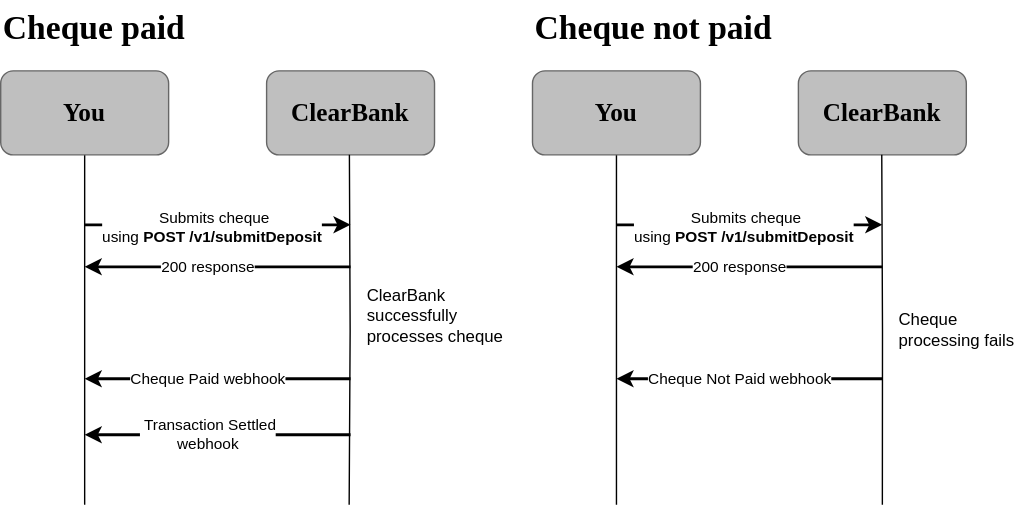
Above: static/assets/images/cheque_endpoint.svg in clearbank/clearbank.github.io (draw.io), before the change. Source tidied: cells renumbered, new cells last; positions are measured from the earlier drawing's top-left corner, leaving out a move shared by most shapes. Source of this version:
```xml
<mxGraphModel>
  <root>
    <mxCell id="0" />
    <mxCell id="1" parent="0" />
    <mxCell id="2" style="edgeStyle=orthogonalEdgeStyle;rounded=0;jettySize=auto;html=1;endArrow=none;endFill=0;" parent="1" edge="1" source="3">
      <mxGeometry relative="1" as="geometry">
        <mxPoint x="60" y="360" as="targetPoint" />
      </mxGeometry>
    </mxCell>
    <mxCell id="3" value="You" style="rounded=1;whiteSpace=wrap;html=1;strokeColor=#666666;fillColor=#BFBFBF;gradientColor=none;fontFamily=Clear Sans Display;fontStyle=1;fontSize=18;" parent="1" vertex="1">
      <mxGeometry y="50" width="120" height="60" as="geometry" />
    </mxCell>
    <mxCell id="4" value="ClearBank" style="rounded=1;whiteSpace=wrap;html=1;strokeColor=#666666;fillColor=#BFBFBF;gradientColor=none;fontFamily=Clear Sans Display;fontStyle=1;fontSize=18;" parent="1" vertex="1">
      <mxGeometry x="190" y="50" width="120" height="60" as="geometry" />
    </mxCell>
    <mxCell id="5" style="endArrow=classic;html=1;rounded=0;strokeWidth=2;" parent="1" edge="1">
      <mxGeometry relative="1" as="geometry">
        <mxPoint x="60" y="160" as="sourcePoint" />
        <mxPoint x="250" y="160" as="targetPoint" />
      </mxGeometry>
    </mxCell>
    <mxCell id="6" value="&amp;nbsp;Submits cheque&lt;br&gt;using &lt;b&gt;POST&amp;nbsp;/v1/submitDeposit&lt;/b&gt;" style="edgeLabel;html=1;align=center;verticalAlign=middle;" parent="5" vertex="1">
      <mxGeometry x="0.09" y="-1" relative="1" as="geometry">
        <mxPoint x="-13" as="offset" />
      </mxGeometry>
    </mxCell>
    <mxCell id="7" style="edgeStyle=orthogonalEdgeStyle;rounded=0;jettySize=auto;html=1;endArrow=none;endFill=0;" parent="1" edge="1" source="8">
      <mxGeometry relative="1" as="geometry">
        <mxPoint x="440" y="360" as="targetPoint" />
      </mxGeometry>
    </mxCell>
    <mxCell id="8" value="You" style="rounded=1;whiteSpace=wrap;html=1;strokeColor=#666666;fillColor=#BFBFBF;gradientColor=none;fontFamily=Clear Sans Display;fontStyle=1;fontSize=18;" parent="1" vertex="1">
      <mxGeometry x="380" y="50" width="120" height="60" as="geometry" />
    </mxCell>
    <mxCell id="9" value="ClearBank" style="rounded=1;whiteSpace=wrap;html=1;strokeColor=#666666;fillColor=#BFBFBF;gradientColor=none;fontFamily=Clear Sans Display;fontStyle=1;fontSize=18;" parent="1" vertex="1">
      <mxGeometry x="570" y="50" width="120" height="60" as="geometry" />
    </mxCell>
    <mxCell id="10" style="endArrow=classic;html=1;rounded=0;strokeWidth=2;" parent="1" edge="1">
      <mxGeometry relative="1" as="geometry">
        <mxPoint x="440" y="160" as="sourcePoint" />
        <mxPoint x="630" y="160" as="targetPoint" />
      </mxGeometry>
    </mxCell>
    <mxCell id="11" value="&amp;nbsp;Submits cheque&lt;br style=&quot;border-color: var(--border-color);&quot;&gt;using&amp;nbsp;&lt;b style=&quot;border-color: var(--border-color);&quot;&gt;POST&amp;nbsp;/v1/submitDeposit&lt;/b&gt;" style="edgeLabel;html=1;align=center;verticalAlign=middle;" parent="10" vertex="1">
      <mxGeometry x="0.09" y="-1" relative="1" as="geometry">
        <mxPoint x="-13" as="offset" />
      </mxGeometry>
    </mxCell>
    <mxCell id="12" style="endArrow=classic;html=1;rounded=0;strokeWidth=2;" parent="1" edge="1">
      <mxGeometry relative="1" as="geometry">
        <mxPoint x="630" y="270" as="sourcePoint" />
        <mxPoint x="440" y="270" as="targetPoint" />
      </mxGeometry>
    </mxCell>
    <mxCell id="13" value="Cheque Not Paid webhook" style="edgeLabel;html=1;align=center;verticalAlign=middle;" parent="12" vertex="1">
      <mxGeometry x="0.09" y="-1" relative="1" as="geometry" />
    </mxCell>
    <mxCell id="14" style="endArrow=classic;html=1;rounded=0;strokeWidth=2;" parent="1" edge="1">
      <mxGeometry relative="1" as="geometry">
        <mxPoint x="250" y="270" as="sourcePoint" />
        <mxPoint x="60" y="270" as="targetPoint" />
      </mxGeometry>
    </mxCell>
    <mxCell id="15" value="Cheque Paid webhook" style="edgeLabel;html=1;align=center;verticalAlign=middle;" parent="14" vertex="1">
      <mxGeometry x="0.09" y="-1" relative="1" as="geometry" />
    </mxCell>
    <mxCell id="16" style="endArrow=classic;html=1;rounded=0;strokeWidth=2;" parent="1" edge="1">
      <mxGeometry relative="1" as="geometry">
        <mxPoint x="250" y="310" as="sourcePoint" />
        <mxPoint x="60" y="310" as="targetPoint" />
      </mxGeometry>
    </mxCell>
    <mxCell id="17" value="&amp;nbsp;Transaction Settled&lt;br&gt;&amp;nbsp;webhook&amp;nbsp;" style="edgeLabel;html=1;align=center;verticalAlign=middle;" parent="16" vertex="1">
      <mxGeometry x="0.09" y="-1" relative="1" as="geometry" />
    </mxCell>
    <mxCell id="18" value="ClearBank successfully processes cheque" style="text;html=1;strokeColor=none;fillColor=none;align=left;verticalAlign=middle;whiteSpace=wrap;rounded=0;" parent="1" vertex="1">
      <mxGeometry x="260" y="190" width="110" height="70" as="geometry" />
    </mxCell>
    <mxCell id="19" style="edgeStyle=orthogonalEdgeStyle;rounded=0;orthogonalLoop=1;jettySize=auto;html=1;endArrow=none;endFill=0;" parent="1" edge="1">
      <mxGeometry relative="1" as="geometry">
        <mxPoint x="249.2" y="110" as="sourcePoint" />
        <mxPoint x="249" y="360" as="targetPoint" />
      </mxGeometry>
    </mxCell>
    <mxCell id="20" style="edgeStyle=orthogonalEdgeStyle;rounded=0;orthogonalLoop=1;jettySize=auto;html=1;endArrow=none;endFill=0;" parent="1" edge="1">
      <mxGeometry relative="1" as="geometry">
        <mxPoint x="629.6" y="110" as="sourcePoint" />
        <mxPoint x="630" y="360" as="targetPoint" />
      </mxGeometry>
    </mxCell>
    <mxCell id="21" value="Cheque processing fails" style="text;html=1;strokeColor=none;fillColor=none;align=left;verticalAlign=middle;whiteSpace=wrap;rounded=0;" parent="1" vertex="1">
      <mxGeometry x="640" y="200" width="90" height="70" as="geometry" />
    </mxCell>
    <mxCell id="22" style="endArrow=classic;html=1;rounded=0;strokeWidth=2;" parent="1" edge="1">
      <mxGeometry relative="1" as="geometry">
        <mxPoint x="250" y="190" as="sourcePoint" />
        <mxPoint x="60" y="190" as="targetPoint" />
      </mxGeometry>
    </mxCell>
    <mxCell id="23" value="200 response" style="edgeLabel;html=1;align=center;verticalAlign=middle;" parent="22" vertex="1">
      <mxGeometry x="0.09" y="-1" relative="1" as="geometry" />
    </mxCell>
    <mxCell id="24" style="endArrow=classic;html=1;rounded=0;strokeWidth=2;" parent="1" edge="1">
      <mxGeometry relative="1" as="geometry">
        <mxPoint x="630" y="190" as="sourcePoint" />
        <mxPoint x="440" y="190" as="targetPoint" />
      </mxGeometry>
    </mxCell>
    <mxCell id="25" value="200 response" style="edgeLabel;html=1;align=center;verticalAlign=middle;" parent="24" vertex="1">
      <mxGeometry x="0.09" y="-1" relative="1" as="geometry" />
    </mxCell>
    <mxCell id="26" value="Cheque paid" style="text;strokeColor=none;fillColor=none;html=1;fontSize=24;fontStyle=1;verticalAlign=middle;align=left;fontFamily=Clear Sans Display;" parent="1" vertex="1">
      <mxGeometry width="100" height="40" as="geometry" />
    </mxCell>
    <mxCell id="27" value="Cheque not paid" style="text;strokeColor=none;fillColor=none;html=1;fontSize=24;fontStyle=1;verticalAlign=middle;align=left;fontFamily=Clear Sans Display;" parent="1" vertex="1">
      <mxGeometry x="380" width="100" height="40" as="geometry" />
    </mxCell>
  </root>
</mxGraphModel>
```
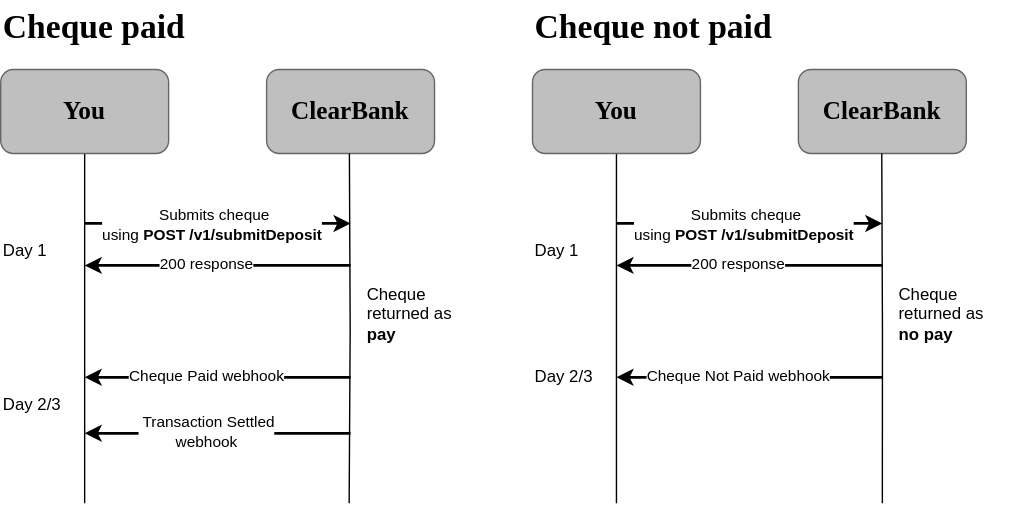
After the change.

The edit, as a diff of the source:
```diff
@@ -73,8 +73,8 @@
     <mxCell id="17" value="&amp;nbsp;Transaction Settled&lt;br&gt;&amp;nbsp;webhook&amp;nbsp;" style="edgeLabel;html=1;align=center;verticalAlign=middle;" parent="16" vertex="1">
       <mxGeometry x="0.09" y="-1" relative="1" as="geometry" />
     </mxCell>
-    <mxCell id="18" value="ClearBank successfully processes cheque" style="text;html=1;strokeColor=none;fillColor=none;align=left;verticalAlign=middle;whiteSpace=wrap;rounded=0;" parent="1" vertex="1">
-      <mxGeometry x="260" y="190" width="110" height="70" as="geometry" />
+    <mxCell id="18" value="Cheque returned as &lt;b&gt;pay&lt;/b&gt;" style="text;html=1;strokeColor=none;fillColor=none;align=left;verticalAlign=middle;whiteSpace=wrap;rounded=0;" parent="1" vertex="1">
+      <mxGeometry x="260" y="190" width="80" height="70" as="geometry" />
     </mxCell>
     <mxCell id="19" style="edgeStyle=orthogonalEdgeStyle;rounded=0;orthogonalLoop=1;jettySize=auto;html=1;endArrow=none;endFill=0;" parent="1" edge="1">
       <mxGeometry relative="1" as="geometry">
@@ -88,8 +88,8 @@
         <mxPoint x="630" y="360" as="targetPoint" />
       </mxGeometry>
     </mxCell>
-    <mxCell id="21" value="Cheque processing fails" style="text;html=1;strokeColor=none;fillColor=none;align=left;verticalAlign=middle;whiteSpace=wrap;rounded=0;" parent="1" vertex="1">
-      <mxGeometry x="640" y="200" width="90" height="70" as="geometry" />
+    <mxCell id="21" value="Cheque returned as &lt;b&gt;no pay&lt;/b&gt;" style="text;html=1;strokeColor=none;fillColor=none;align=left;verticalAlign=middle;whiteSpace=wrap;rounded=0;" parent="1" vertex="1">
+      <mxGeometry x="640" y="195" width="70" height="60" as="geometry" />
     </mxCell>
     <mxCell id="22" style="endArrow=classic;html=1;rounded=0;strokeWidth=2;" parent="1" edge="1">
       <mxGeometry relative="1" as="geometry">
@@ -110,10 +110,22 @@
       <mxGeometry x="0.09" y="-1" relative="1" as="geometry" />
     </mxCell>
     <mxCell id="26" value="Cheque paid" style="text;strokeColor=none;fillColor=none;html=1;fontSize=24;fontStyle=1;verticalAlign=middle;align=left;fontFamily=Clear Sans Display;" parent="1" vertex="1">
-      <mxGeometry width="100" height="40" as="geometry" />
+      <mxGeometry width="310" height="40" as="geometry" />
     </mxCell>
     <mxCell id="27" value="Cheque not paid" style="text;strokeColor=none;fillColor=none;html=1;fontSize=24;fontStyle=1;verticalAlign=middle;align=left;fontFamily=Clear Sans Display;" parent="1" vertex="1">
-      <mxGeometry x="380" width="100" height="40" as="geometry" />
+      <mxGeometry x="380" width="350" height="40" as="geometry" />
     </mxCell>
+    <mxCell id="28" value="Day 1" style="text;html=1;strokeColor=none;fillColor=none;align=left;verticalAlign=middle;whiteSpace=wrap;rounded=0;" parent="1" vertex="1">
+      <mxGeometry y="160" width="55" height="40" as="geometry" />
+    </mxCell>
+    <mxCell id="29" value="Day 1" style="text;html=1;strokeColor=none;fillColor=none;align=left;verticalAlign=middle;whiteSpace=wrap;rounded=0;" parent="1" vertex="1">
+      <mxGeometry x="380" y="160" width="55" height="40" as="geometry" />
+    </mxCell>
+    <mxCell id="30" value="Day 2/3" style="text;html=1;strokeColor=none;fillColor=none;align=left;verticalAlign=middle;whiteSpace=wrap;rounded=0;" parent="1" vertex="1">
+      <mxGeometry y="270" width="55" height="40" as="geometry" />
+    </mxCell>
+    <mxCell id="31" value="Day 2/3" style="text;html=1;strokeColor=none;fillColor=none;align=left;verticalAlign=middle;whiteSpace=wrap;rounded=0;" parent="1" vertex="1">
+      <mxGeometry x="380" y="250" width="55" height="40" as="geometry" />
+    </mxCell>
   </root>
 </mxGraphModel>
```
